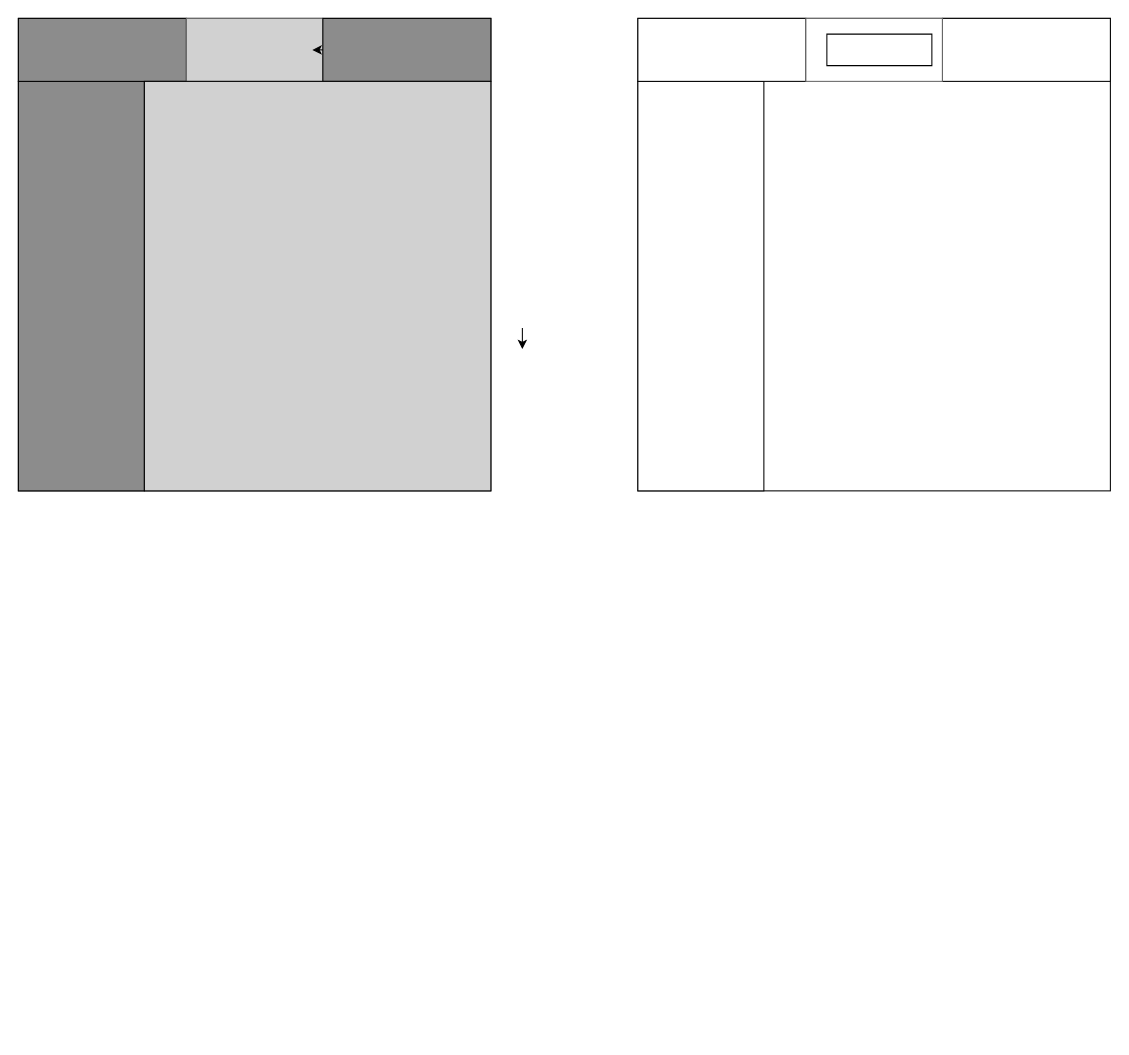
Above: Diagramme sans nom.drawio in moreaupaul8/exercices-HTML (draw.io), before the change. Source tidied: cells renumbered, new cells numbered last; positions are measured from the earlier drawing's top-left corner, leaving out a move shared by most shapes. Both pictures are drawn from the tidied source at 105%, with x=0, y=0 at pixel (18, 18).
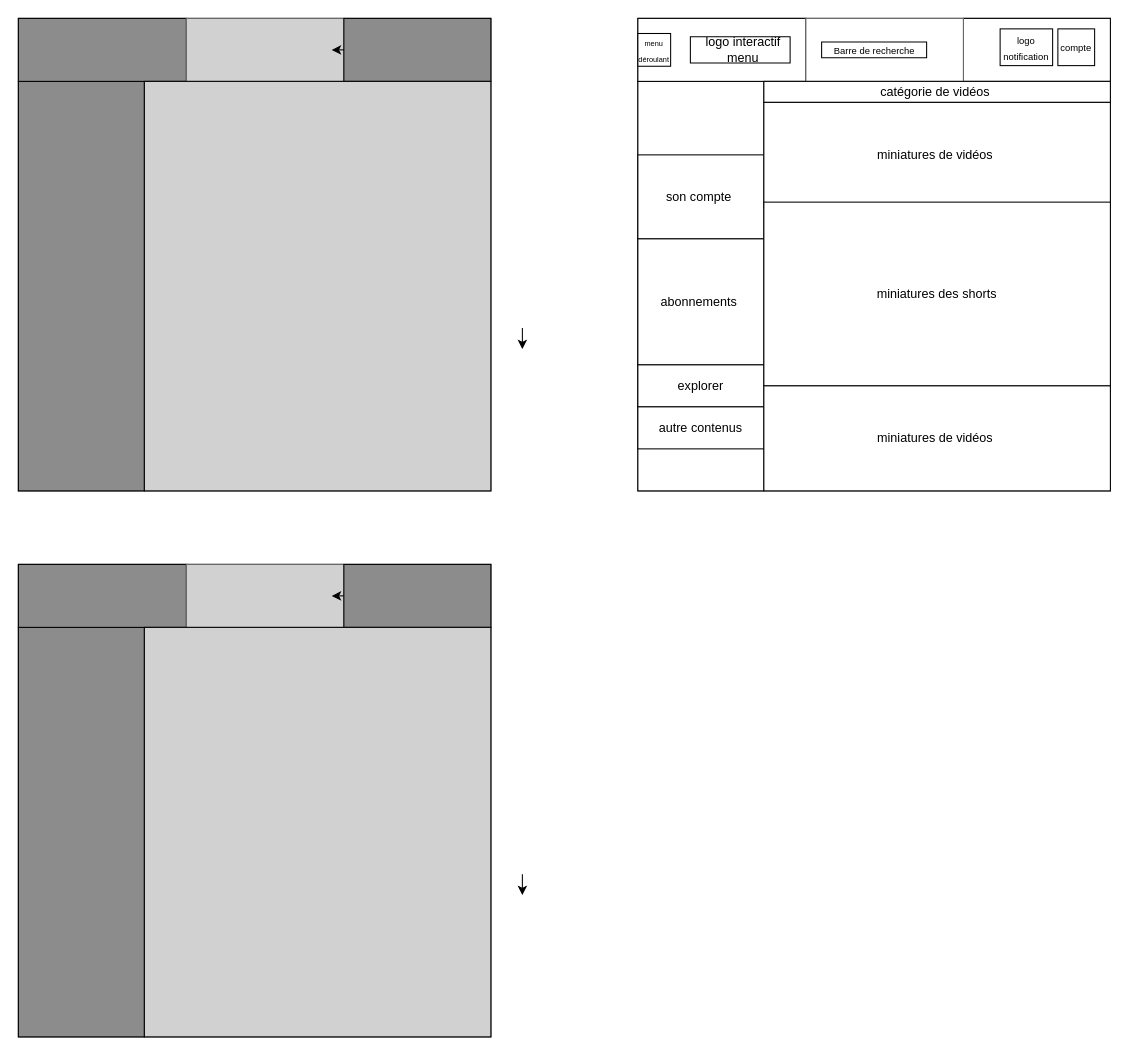
The same page after the edit.

Commit message (it also covers changes not shown here):
Mettre à jour Diagramme sans nom.drawio

The edit, as a diff of the source:
```diff
@@
     <mxCell id="5" style="rounded=0;whiteSpace=wrap;html=1;fillColor=#D1D1D1;fontColor=#333333;strokeColor=#666666;" parent="1" vertex="1">
-      <mxGeometry x="160" width="130" height="60" as="geometry" />
+      <mxGeometry x="160" width="150" height="60" as="geometry" />
     </mxCell>
     <mxCell id="6" style="rounded=0;whiteSpace=wrap;html=1;fillColor=#8C8C8C;" parent="1" vertex="1">
-      <mxGeometry x="290" width="160" height="60" as="geometry" />
+      <mxGeometry x="310" width="140" height="60" as="geometry" />
     </mxCell>
@@
     <mxCell id="12" style="rounded=0;whiteSpace=wrap;html=1;fillColor=#FFFFFF;" parent="1" vertex="1">
-      <mxGeometry x="880" width="160" height="60" as="geometry" />
+      <mxGeometry x="900" width="140" height="60" as="geometry" />
     </mxCell>
@@
     <mxCell id="14" style="rounded=0;whiteSpace=wrap;html=1;fillColor=#FFFFFF;fontColor=#333333;strokeColor=#666666;" parent="1" vertex="1">
-      <mxGeometry x="750" width="130" height="60" as="geometry" />
+      <mxGeometry x="750" width="150" height="60" as="geometry" />
     </mxCell>
     <mxCell id="15" style="verticalLabelPosition=bottom;verticalAlign=top;html=1;shape=mxgraph.basic.rect;fillColor2=none;strokeWidth=1;size=20;indent=5;fontStyle=1;" parent="1" vertex="1">
-      <mxGeometry x="770" y="15" width="100" height="30" as="geometry" />
+      <mxGeometry x="765" y="22.5" width="100" height="15" as="geometry" />
     </mxCell>
+    <mxCell id="16" value="&lt;font style=&quot;font-size: 9px;&quot;&gt;Barre de recherche&lt;/font&gt;" style="text;html=1;align=center;verticalAlign=middle;strokeColor=none;fillColor=none;" parent="1" vertex="1">
+      <mxGeometry x="765" y="15" width="100" height="30" as="geometry" />
+    </mxCell>
+    <mxCell id="17" style="verticalLabelPosition=bottom;verticalAlign=top;html=1;shape=mxgraph.basic.rect;fillColor2=none;strokeWidth=1;size=9.3;indent=5;" parent="1" vertex="1">
+      <mxGeometry x="640" y="17.5" width="95" height="25" as="geometry" />
+    </mxCell>
+    <mxCell id="18" value="logo interactif&lt;div&gt;menu&lt;/div&gt;" style="text;html=1;align=center;verticalAlign=middle;strokeColor=none;fillColor=none;" parent="1" vertex="1">
+      <mxGeometry x="645" y="10" width="90" height="40" as="geometry" />
+    </mxCell>
+    <mxCell id="19" value="&lt;font style=&quot;font-size: 9px;&quot;&gt;logo notification&lt;/font&gt;" style="rounded=0;whiteSpace=wrap;html=1;" parent="1" vertex="1">
+      <mxGeometry x="935" y="10" width="50" height="35" as="geometry" />
+    </mxCell>
+    <mxCell id="20" value="&lt;font style=&quot;font-size: 9px;&quot;&gt;compte&lt;/font&gt;" style="whiteSpace=wrap;html=1;" parent="1" vertex="1">
+      <mxGeometry x="990" y="10" width="35" height="35" as="geometry" />
+    </mxCell>
+    <mxCell id="21" value="&lt;font style=&quot;font-size: 7px;&quot;&gt;menu déroulant&lt;/font&gt;" style="whiteSpace=wrap;html=1;" parent="1" vertex="1">
+      <mxGeometry x="590" y="14.4" width="31.2" height="31.2" as="geometry" />
+    </mxCell>
+    <mxCell id="22" value="son compte&amp;nbsp;" style="rounded=0;whiteSpace=wrap;html=1;" parent="1" vertex="1">
+      <mxGeometry x="590" y="130" width="120" height="80" as="geometry" />
+    </mxCell>
+    <mxCell id="23" value="abonnements&amp;nbsp;" style="whiteSpace=wrap;html=1;" parent="1" vertex="1">
+      <mxGeometry x="590" y="210" width="120" height="120" as="geometry" />
+    </mxCell>
+    <mxCell id="24" value="explorer" style="rounded=0;whiteSpace=wrap;html=1;" parent="1" vertex="1">
+      <mxGeometry x="590" y="330" width="120" height="40" as="geometry" />
+    </mxCell>
+    <mxCell id="25" value="autre contenus" style="rounded=0;whiteSpace=wrap;html=1;" parent="1" vertex="1">
+      <mxGeometry x="590" y="370" width="120" height="40" as="geometry" />
+    </mxCell>
+    <mxCell id="26" value="catégorie de vidéos&amp;nbsp;" style="rounded=0;whiteSpace=wrap;html=1;" parent="1" vertex="1">
+      <mxGeometry x="710" y="60" width="330" height="20" as="geometry" />
+    </mxCell>
+    <mxCell id="27" value="miniatures de vidéos&amp;nbsp;" style="rounded=0;whiteSpace=wrap;html=1;" parent="1" vertex="1">
+      <mxGeometry x="710" y="80" width="330" height="100" as="geometry" />
+    </mxCell>
+    <mxCell id="28" value="miniatures des shorts" style="rounded=0;whiteSpace=wrap;html=1;" parent="1" vertex="1">
+      <mxGeometry x="710" y="175" width="330" height="175" as="geometry" />
+    </mxCell>
+    <mxCell id="29" value="miniatures de vidéos&amp;nbsp;" style="rounded=0;whiteSpace=wrap;html=1;" parent="1" vertex="1">
+      <mxGeometry x="710" y="350" width="330" height="100" as="geometry" />
+    </mxCell>
+    <mxCell id="30" style="whiteSpace=wrap;html=1;" parent="1" vertex="1">
+      <mxGeometry y="520" width="450" height="450" as="geometry" />
+    </mxCell>
+    <mxCell id="31" style="rounded=0;whiteSpace=wrap;html=1;gradientColor=none;fillColor=#8C8C8C;" parent="1" vertex="1">
+      <mxGeometry y="580" width="120" height="390" as="geometry" />
+    </mxCell>
+    <mxCell id="32" style="rounded=0;whiteSpace=wrap;html=1;fillColor=#8C8C8C;" parent="1" vertex="1">
+      <mxGeometry y="520" width="160" height="60" as="geometry" />
+    </mxCell>
+    <mxCell id="33" style="rounded=0;whiteSpace=wrap;html=1;fillColor=#D1D1D1;fontColor=#333333;strokeColor=#666666;" parent="1" vertex="1">
+      <mxGeometry x="160" y="520" width="150" height="60" as="geometry" />
+    </mxCell>
+    <mxCell id="34" style="rounded=0;whiteSpace=wrap;html=1;fillColor=#8C8C8C;" parent="1" vertex="1">
+      <mxGeometry x="310" y="520" width="140" height="60" as="geometry" />
+    </mxCell>
+    <mxCell id="35" style="edgeStyle=orthogonalEdgeStyle;rounded=0;orthogonalLoop=1;jettySize=auto;html=1;" parent="1" edge="1">
+      <mxGeometry relative="1" as="geometry">
+        <mxPoint x="480" y="815" as="sourcePoint" />
+        <mxPoint x="480" y="835" as="targetPoint" />
+      </mxGeometry>
+    </mxCell>
+    <mxCell id="36" style="rounded=0;whiteSpace=wrap;html=1;rotation=90;fillColor=#D1D1D1;" parent="1" vertex="1">
+      <mxGeometry x="90" y="610" width="390" height="330" as="geometry" />
+    </mxCell>
+    <mxCell id="37" style="edgeStyle=orthogonalEdgeStyle;rounded=0;orthogonalLoop=1;jettySize=auto;html=1;exitX=1;exitY=0.5;exitDx=0;exitDy=0;entryX=0.923;entryY=0.5;entryDx=0;entryDy=0;entryPerimeter=0;" parent="1" edge="1" source="33" target="33">
+      <mxGeometry relative="1" as="geometry" />
+    </mxCell>
```
